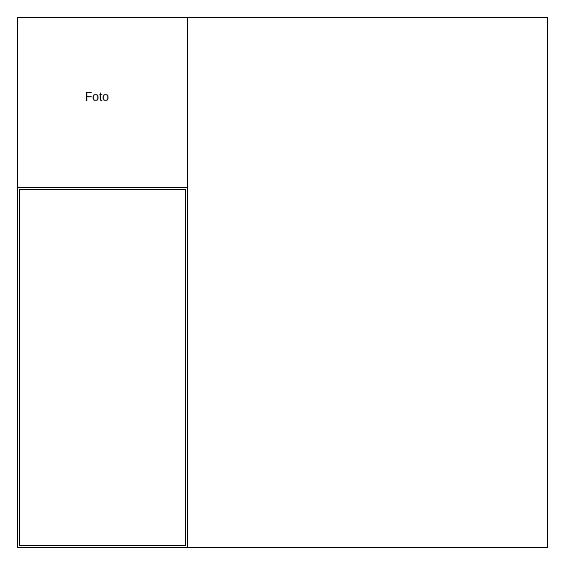
Above: Diagrama sem nome.drawio in lucafxp01/Portfolio (draw.io), before the change. Source tidied: cells renumbered, new cells numbered last; positions are measured from the earlier drawing's top-left corner, leaving out a move shared by most shapes. Both pictures are drawn from the tidied source at 100%, with x=0, y=0 at pixel (17, 17).
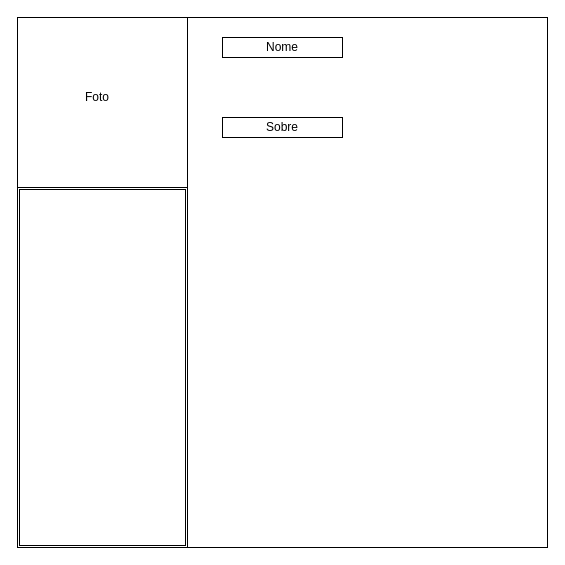
Above is the later version.

What changed in the source:
```diff
@@
 <mxGraphModel>
   <root>
     <mxCell id="0" />
     <mxCell id="1" parent="0" />
     <mxCell id="2" style="whiteSpace=wrap;html=1;" parent="1" vertex="1">
       <mxGeometry width="530" height="530" as="geometry" />
     </mxCell>
     <mxCell id="3" style="whiteSpace=wrap;html=1;" parent="1" vertex="1">
       <mxGeometry width="170" height="170" as="geometry" />
     </mxCell>
     <mxCell id="4" value="Foto" style="text;strokeColor=none;align=center;fillColor=none;html=1;verticalAlign=middle;whiteSpace=wrap;rounded=0;" parent="1" vertex="1">
       <mxGeometry x="50" y="65" width="60" height="30" as="geometry" />
     </mxCell>
     <mxCell id="5" style="shape=ext;double=1;rounded=0;whiteSpace=wrap;html=1;" parent="1" vertex="1">
       <mxGeometry y="170" width="170" height="360" as="geometry" />
     </mxCell>
+    <mxCell id="6" value="Nome" style="rounded=0;whiteSpace=wrap;html=1;" parent="1" vertex="1">
+      <mxGeometry x="205" y="20" width="120" height="20" as="geometry" />
+    </mxCell>
+    <mxCell id="7" value="Sobre" style="rounded=0;whiteSpace=wrap;html=1;" parent="1" vertex="1">
+      <mxGeometry x="205" y="100" width="120" height="20" as="geometry" />
+    </mxCell>
   </root>
 </mxGraphModel>
```
